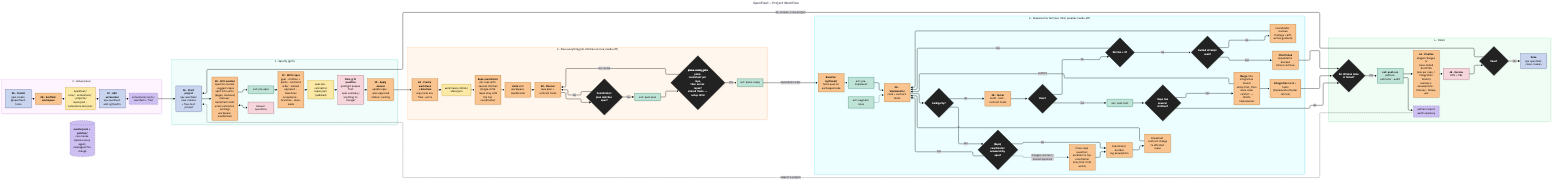
Above: docs/flow.png in yashicon21/openfleet (Mermaid), before the change. Its source is kept beside it as docs/flow.mmd.
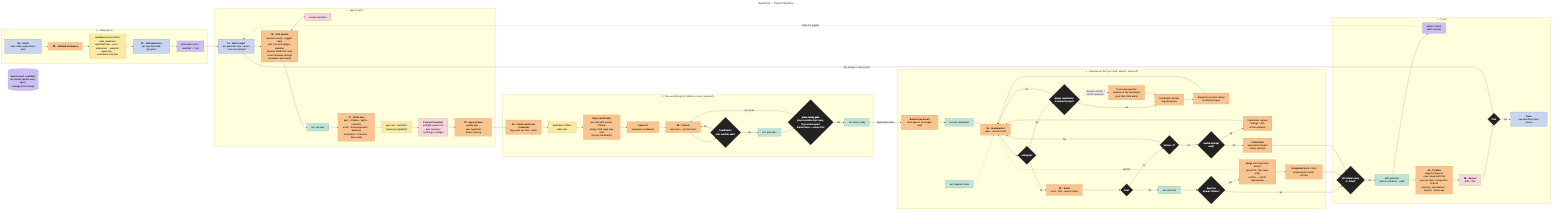
The same diagram one commit later.

What changed in the source:
```diff
@@ -6,7 +6,7 @@
     direction TB
     H0["<b>0A · Install</b><br/>npm create @openfleet-tools"]
     C0["<b>0B · Scaffold workspace</b>"]
-    F0["openfleet/<br/>core/ · extensions/ · projects/<br/>repos.json · extensions.lock.json"]
+    F0["workspace root (next to node_modules/)<br/>openfleet.json · core/ · extensions/ · projects/<br/>repos.json · extensions.lock.json"]
     H0b["<b>0C · Add extensions</b><br/>npx openfleet add &lt;git|path&gt;"]
     F0b["extensions/&lt;ext&gt;/<br/>manifest + *.md"]
     H0 --> C0 --> F0 --> H0b --> F0b
```
